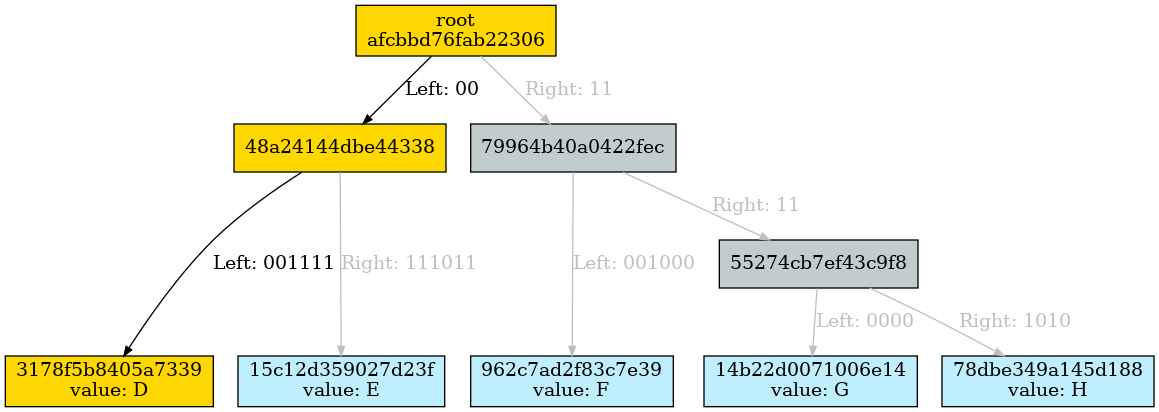
Before: docs/merkle_tree/merge/merge_right_proof.dot.png, a diagram exported from Graphviz (juicebox-systems/juicebox-hsm-realm). Its source is kept beside it as docs/merkle_tree/merge/merge_right_proof.dot.
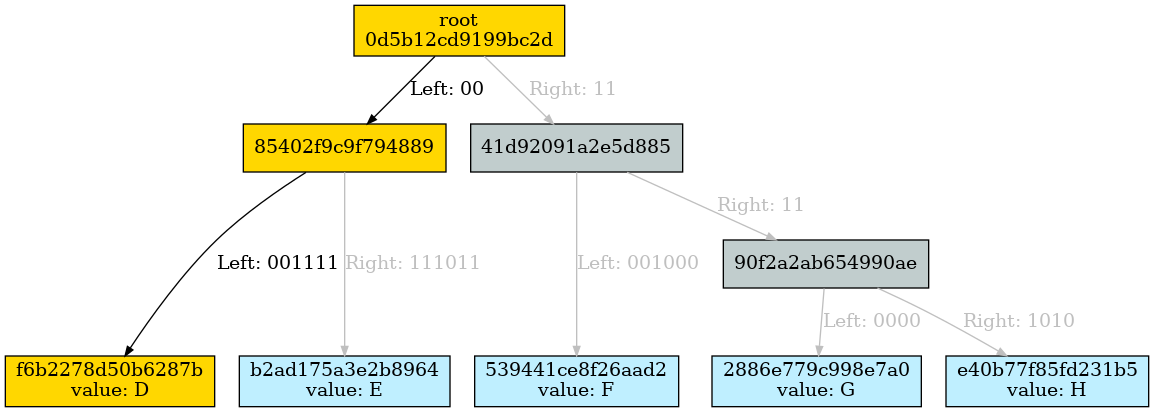
Later version of the same file.

What changed in the source:
```diff
@@ -1,44 +1,44 @@
 Digraph merkletree {
 
-hafcbbd76fab22306 -> h48a24144dbe44338 [arrowsize=0.7 color=black fontcolor=black label="Left: 00\l" nojustify=true ];
-h48a24144dbe44338 -> h3178f5b8405a7339 [arrowsize=0.7 color=black fontcolor=black label="Left: 001111" nojustify=true ];
-h48a24144dbe44338 -> h15c12d359027d23f [arrowsize=0.7 color=gray75 fontcolor=gray75 label="Right: 111011" nojustify=true ];
-hafcbbd76fab22306 -> h79964b40a0422fec [arrowsize=0.7 color=gray75 fontcolor=gray75 label="Right: 11\l" nojustify=true ];
-h79964b40a0422fec -> h962c7ad2f83c7e39 [arrowsize=0.7 color=gray75 fontcolor=gray75 label="Left: 001000" nojustify=true ];
-h79964b40a0422fec -> h55274cb7ef43c9f8 [arrowsize=0.7 color=gray75 fontcolor=gray75 label="Right: 11\l" nojustify=true ];
-h55274cb7ef43c9f8 -> h14b22d0071006e14 [arrowsize=0.7 color=gray75 fontcolor=gray75 label="Left: 0000" nojustify=true ];
-h55274cb7ef43c9f8 -> h78dbe349a145d188 [arrowsize=0.7 color=gray75 fontcolor=gray75 label="Right: 1010" nojustify=true ];
+h0d5b12cd9199bc2d -> h85402f9c9f794889 [arrowsize=0.7 color=black fontcolor=black label="Left: 00" nojustify=true ];
+h85402f9c9f794889 -> hf6b2278d50b6287b [arrowsize=0.7 color=black fontcolor=black label="Left: 001111" nojustify=true ];
+h85402f9c9f794889 -> hb2ad175a3e2b8964 [arrowsize=0.7 color=gray75 fontcolor=gray75 label="Right: 111011" nojustify=true ];
+h0d5b12cd9199bc2d -> h41d92091a2e5d885 [arrowsize=0.7 color=gray75 fontcolor=gray75 label="Right: 11" nojustify=true ];
+h41d92091a2e5d885 -> h539441ce8f26aad2 [arrowsize=0.7 color=gray75 fontcolor=gray75 label="Left: 001000" nojustify=true ];
+h41d92091a2e5d885 -> h90f2a2ab654990ae [arrowsize=0.7 color=gray75 fontcolor=gray75 label="Right: 11" nojustify=true ];
+h90f2a2ab654990ae -> h2886e779c998e7a0 [arrowsize=0.7 color=gray75 fontcolor=gray75 label="Left: 0000" nojustify=true ];
+h90f2a2ab654990ae -> he40b77f85fd231b5 [arrowsize=0.7 color=gray75 fontcolor=gray75 label="Right: 1010" nojustify=true ];
 
 Subgraph depth_0 {
 rank=same
 
-hafcbbd76fab22306 [fillcolor=gold1 label="root\nafcbbd76fab22306" ordering=out shape=box style=filled ];
+h0d5b12cd9199bc2d [fillcolor=gold1 label="root\n0d5b12cd9199bc2d" ordering=out shape=box style=filled ];
 }
 
 
 Subgraph depth_2 {
 rank=same
 
-h48a24144dbe44338 [fillcolor=gold1 label="48a24144dbe44338" ordering=out shape=box style=filled ];
-h79964b40a0422fec [fillcolor=azure3 label="79964b40a0422fec" ordering=out shape=box style=filled ];
+h85402f9c9f794889 [fillcolor=gold1 label="85402f9c9f794889" ordering=out shape=box style=filled ];
+h41d92091a2e5d885 [fillcolor=azure3 label="41d92091a2e5d885" ordering=out shape=box style=filled ];
 }
 
 
 Subgraph depth_256 {
 rank=same
 
-h3178f5b8405a7339 [fillcolor=gold1 label="3178f5b8405a7339\nvalue: D" ordering=out shape=box style=filled ];
-h15c12d359027d23f [fillcolor=lightblue1 label="15c12d359027d23f\nvalue: E" ordering=out shape=box style=filled ];
-h962c7ad2f83c7e39 [fillcolor=lightblue1 label="962c7ad2f83c7e39\nvalue: F" ordering=out shape=box style=filled ];
-h14b22d0071006e14 [fillcolor=lightblue1 label="14b22d0071006e14\nvalue: G" ordering=out shape=box style=filled ];
-h78dbe349a145d188 [fillcolor=lightblue1 label="78dbe349a145d188\nvalue: H" ordering=out shape=box style=filled ];
+hf6b2278d50b6287b [fillcolor=gold1 label="f6b2278d50b6287b\nvalue: D" ordering=out shape=box style=filled ];
+hb2ad175a3e2b8964 [fillcolor=lightblue1 label="b2ad175a3e2b8964\nvalue: E" ordering=out shape=box style=filled ];
+h539441ce8f26aad2 [fillcolor=lightblue1 label="539441ce8f26aad2\nvalue: F" ordering=out shape=box style=filled ];
+h2886e779c998e7a0 [fillcolor=lightblue1 label="2886e779c998e7a0\nvalue: G" ordering=out shape=box style=filled ];
+he40b77f85fd231b5 [fillcolor=lightblue1 label="e40b77f85fd231b5\nvalue: H" ordering=out shape=box style=filled ];
 }
 
 
 Subgraph depth_4 {
 rank=same
 
-h55274cb7ef43c9f8 [fillcolor=azure3 label="55274cb7ef43c9f8" ordering=out shape=box style=filled ];
+h90f2a2ab654990ae [fillcolor=azure3 label="90f2a2ab654990ae" ordering=out shape=box style=filled ];
 }
 
 }
```
